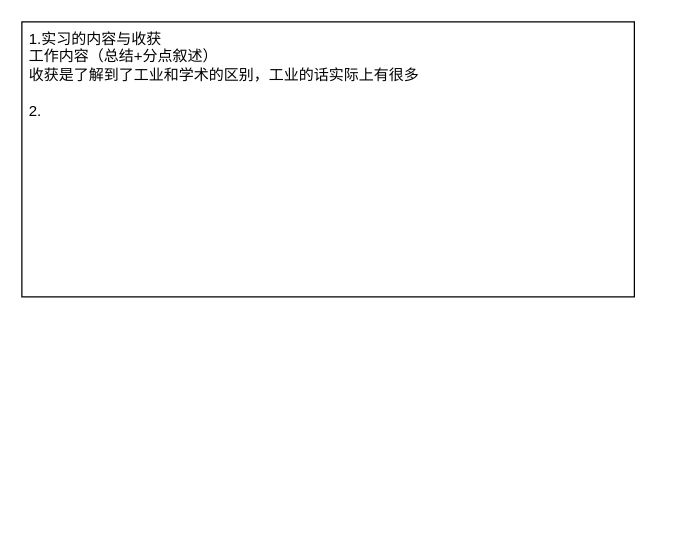
Above: HR面试.drawio in limpid-11/drawio (draw.io), before the change. Source tidied: cells renumbered, new cells numbered last; positions are measured from the earlier drawing's top-left corner, leaving out a move shared by most shapes. Both pictures are drawn from the tidied source at 125%, with x=0, y=0 at pixel (21, 21).
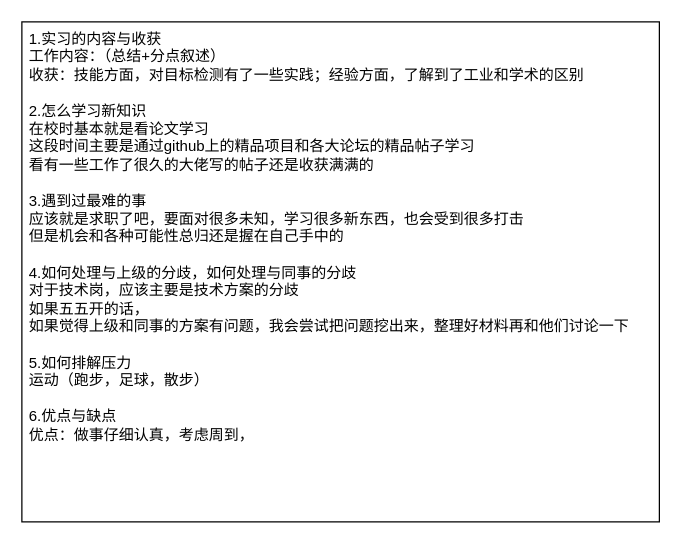
The same page after the edit.

Change to the diagram source:
```diff
@@
 <mxGraphModel>
   <root>
     <mxCell id="0" />
     <mxCell id="1" parent="0" />
-    <mxCell id="2" value="1.实习的内容与收获&lt;div&gt;工作内容（总结+分点叙述）&lt;/div&gt;&lt;div&gt;收获是了解到了工业和学术的区别，工业的话实际上有很多&lt;/div&gt;&lt;div&gt;&lt;br&gt;&lt;/div&gt;&lt;div&gt;2.&lt;/div&gt;" style="rounded=0;whiteSpace=wrap;html=1;align=left;verticalAlign=top;spacingLeft=4;" parent="1" vertex="1">
-      <mxGeometry width="490" height="220" as="geometry" />
+    <mxCell id="2" value="1.实习的内容与收获&lt;div&gt;工作内容：（总结+分点叙述）&lt;/div&gt;&lt;div&gt;收获：&lt;span style=&quot;background-color: initial;&quot;&gt;技能方面，对目标检测有了一些实践；&lt;/span&gt;&lt;span style=&quot;background-color: initial;&quot;&gt;经验方面，了解到了工业和学术的区别&lt;/span&gt;&lt;/div&gt;&lt;div&gt;&lt;br&gt;&lt;/div&gt;&lt;div&gt;2.怎么学习新知识&lt;/div&gt;&lt;div&gt;在校时基本就是看论文学习&lt;/div&gt;&lt;div&gt;这段时间主要是通过github上的精品项目和各大论坛的精品帖子学习&lt;/div&gt;&lt;div&gt;看有一些工作了很久的大佬写的帖子还是收获满满的&lt;/div&gt;&lt;div&gt;&lt;br&gt;&lt;/div&gt;&lt;div&gt;3.遇到过最难的事&lt;/div&gt;&lt;div&gt;应该就是求职了吧，要面对很多未知，学习很多新东西，也会受到很多打击&lt;/div&gt;&lt;div&gt;但是机会和各种可能性总归还是握在自己手中的&lt;/div&gt;&lt;div&gt;&lt;br&gt;&lt;/div&gt;&lt;div&gt;4.如何处理与上级的分歧，如何处理与同事的分歧&lt;/div&gt;&lt;div&gt;对于技术岗，应该主要是技术方案的分歧&lt;/div&gt;&lt;div&gt;如果五五开的话，&lt;/div&gt;&lt;div&gt;如果觉得上级和同事的方案有问题，我会尝试把问题挖出来，整理好材料再和他们讨论一下&lt;/div&gt;&lt;div&gt;&lt;br&gt;&lt;/div&gt;&lt;div&gt;5.如何排解压力&lt;/div&gt;&lt;div&gt;运动（跑步，足球，散步）&lt;/div&gt;&lt;div&gt;&lt;br&gt;&lt;/div&gt;&lt;div&gt;6.优点与缺点&lt;/div&gt;&lt;div&gt;优点：做事仔细认真，考虑周到，&lt;/div&gt;&lt;div&gt;&lt;br&gt;&lt;/div&gt;" style="rounded=0;whiteSpace=wrap;html=1;align=left;verticalAlign=top;spacingLeft=4;" parent="1" vertex="1">
+      <mxGeometry width="510" height="400" as="geometry" />
     </mxCell>
   </root>
 </mxGraphModel>
```
